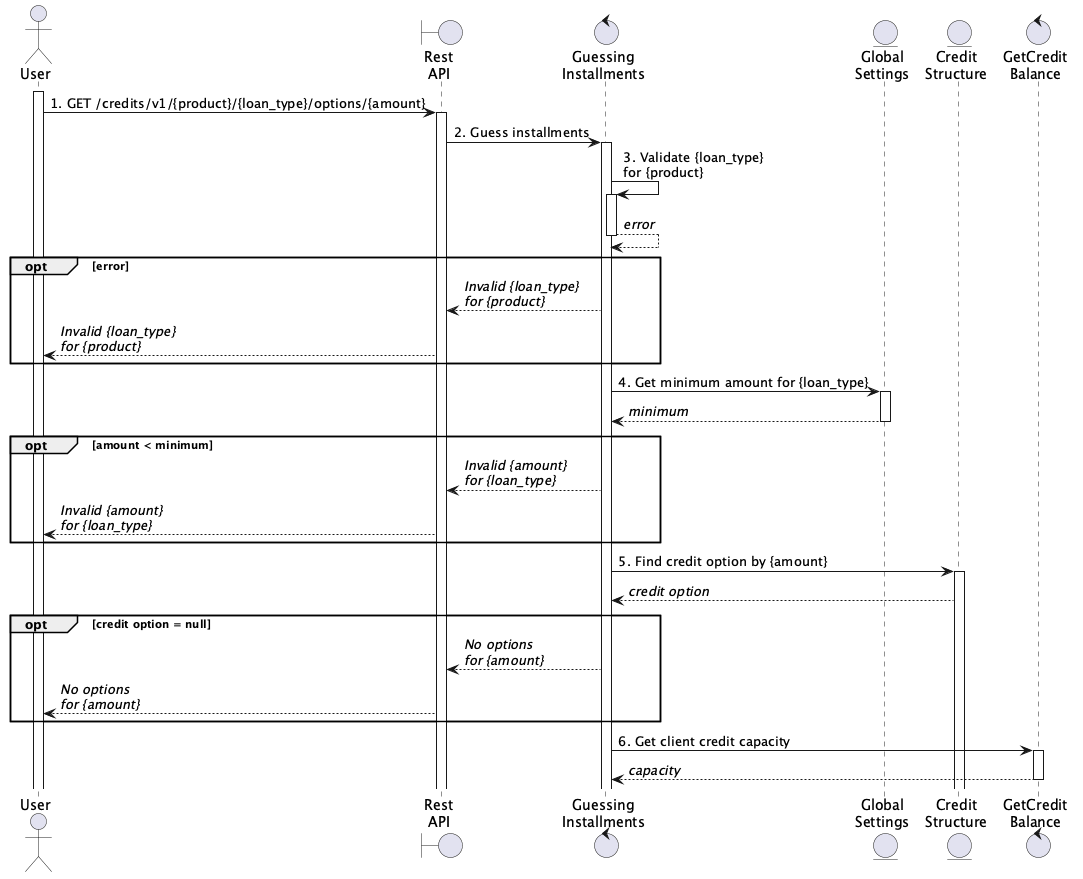
This is 001-credit-installments/seq.png from ramiromartinez-wm/wayni-docs, a PlantUML export, as it was before one commit.
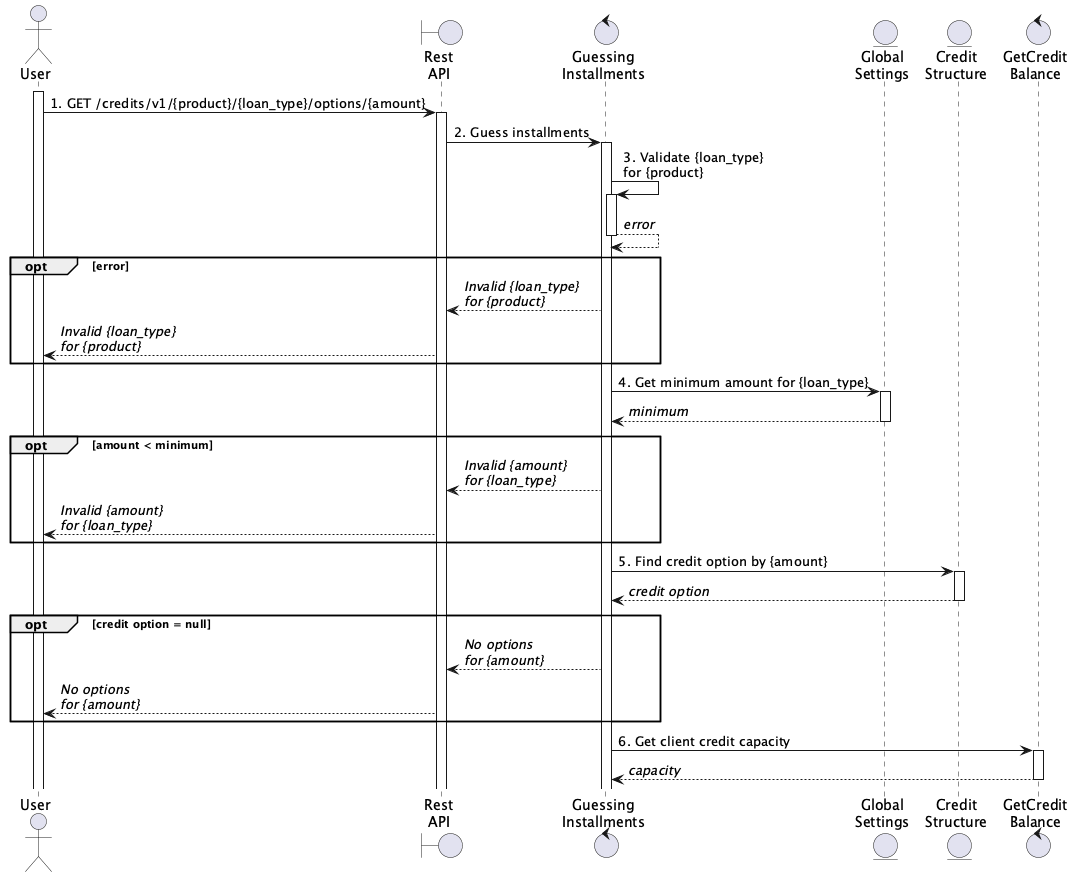
The same diagram one commit later.

Change to the diagram source:
```diff
@@ -35,6 +35,7 @@
 GI->CS: 5. Find credit option by {amount}
 activate CS
 CS-->GI: //credit option//
+deactivate CS
 opt credit option = null
     GI-->API: //No options//\n//for {amount}//
     API-->User: //No options//\n//for {amount}//
```
